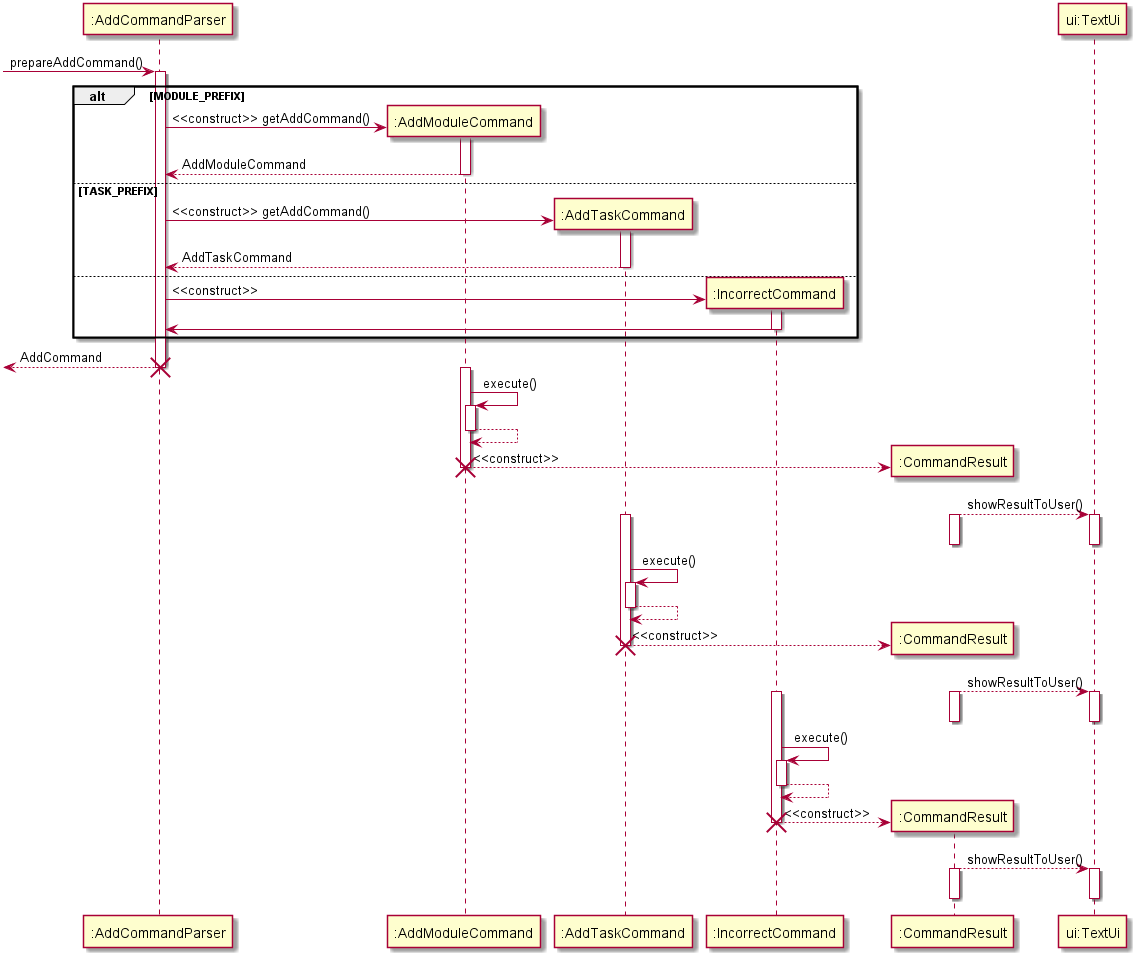
The PlantUML diagram docs/diagrams/AddCommandSequenceDiagram.png in wangqinNick/tp, before a commit. Source of this version:
```plantuml
@startuml
-> ":AddCommandParser": prepareAddCommand()
activate ":AddCommandParser"
alt MODULE_PREFIX
    create ":AddModuleCommand"
    ":AddCommandParser" -> ":AddModuleCommand": <<construct>> getAddCommand()
    activate ":AddModuleCommand"
    ":AddCommandParser" <-- ":AddModuleCommand": AddModuleCommand
    deactivate ":AddModuleCommand"
else TASK_PREFIX
    create ":AddTaskCommand"
    ":AddCommandParser" -> ":AddTaskCommand": <<construct>> getAddCommand()
    activate ":AddTaskCommand"
    ":AddCommandParser" <-- ":AddTaskCommand": AddTaskCommand
    deactivate ":AddTaskCommand"
else
    create ":IncorrectCommand"
    ":AddCommandParser" -> ":IncorrectCommand": <<construct>>
    activate ":IncorrectCommand"
    ":AddCommandParser" <- ":IncorrectCommand"
    deactivate ":IncorrectCommand"
end
<-- ":AddCommandParser": AddCommand
destroy ":AddCommandParser"

activate ":AddModuleCommand"
":AddModuleCommand" -> ":AddModuleCommand": execute()
activate ":AddModuleCommand"
":AddModuleCommand" --> ":AddModuleCommand"
deactivate ":AddModuleCommand"
create ":CommandResult"
":AddModuleCommand" --> ":CommandResult": <<construct>>
deactivate ":AddModuleCommand"
destroy ":AddModuleCommand"
":CommandResult" --> "ui:TextUi": showResultToUser()
activate "ui:TextUi"
deactivate "ui:TextUi"
activate ":CommandResult"
deactivate ":CommandResult"


activate ":AddTaskCommand"
":AddTaskCommand" -> ":AddTaskCommand": execute()
activate ":AddTaskCommand"
":AddTaskCommand" --> ":AddTaskCommand"
deactivate ":AddTaskCommand"
create ":CommandResult"
":AddTaskCommand" --> ":CommandResult": <<construct>>
deactivate ":AddTaskCommand"
destroy ":AddTaskCommand"
":CommandResult" --> "ui:TextUi": showResultToUser()
activate "ui:TextUi"
deactivate "ui:TextUi"
activate ":CommandResult"
deactivate ":CommandResult"

activate ":IncorrectCommand"
":IncorrectCommand" -> ":IncorrectCommand": execute()
activate ":IncorrectCommand"
":IncorrectCommand" --> ":IncorrectCommand"
deactivate ":IncorrectCommand"
create ":CommandResult"
":IncorrectCommand" --> ":CommandResult": <<construct>>
deactivate ":IncorrectCommand"
destroy ":IncorrectCommand"
":CommandResult" --> "ui:TextUi": showResultToUser()
activate "ui:TextUi"
deactivate "ui:TextUi"
activate ":CommandResult"
deactivate ":CommandResult"

@enduml
```
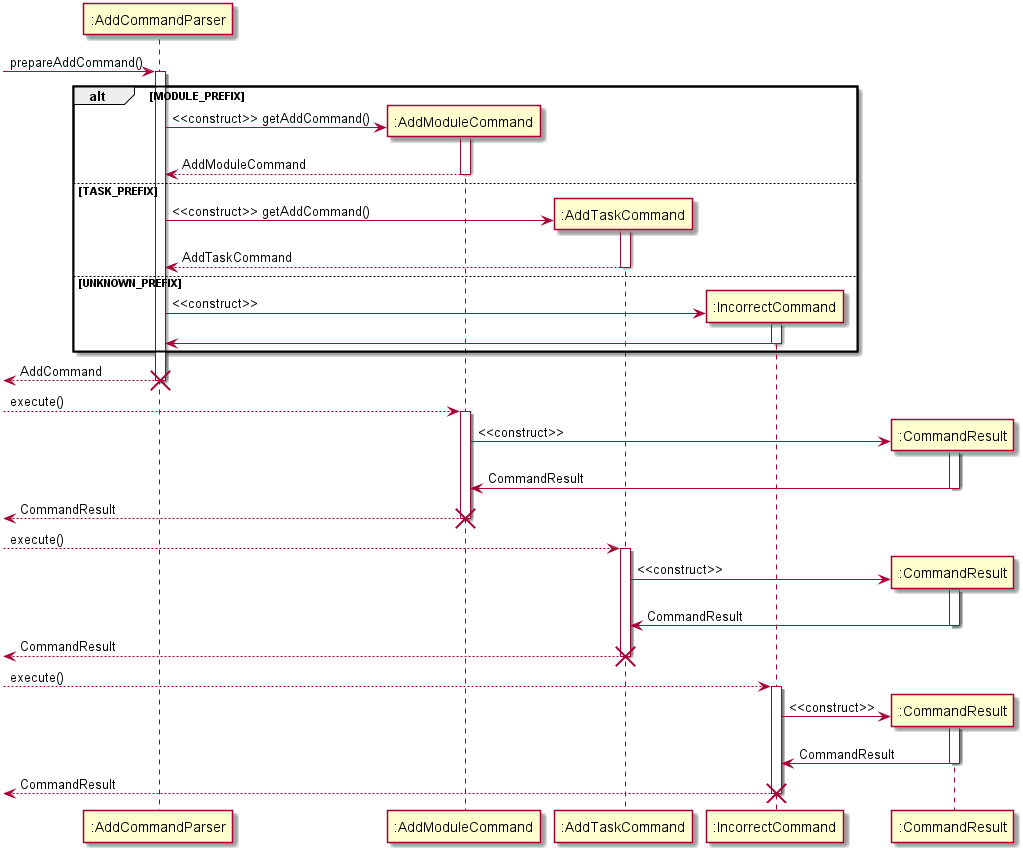
After the change.

Commit message:
Save the image for AddCommand sequence diagram

The edit, as a diff of the source:
```diff
@@ -13,7 +13,7 @@
     activate ":AddTaskCommand"
     ":AddCommandParser" <-- ":AddTaskCommand": AddTaskCommand
     deactivate ":AddTaskCommand"
-else
+else UNKNOWN_PREFIX
     create ":IncorrectCommand"
     ":AddCommandParser" -> ":IncorrectCommand": <<construct>>
     activate ":IncorrectCommand"
@@ -23,50 +23,37 @@
 <-- ":AddCommandParser": AddCommand
 destroy ":AddCommandParser"
 
+--> ":AddModuleCommand": execute()
 activate ":AddModuleCommand"
-":AddModuleCommand" -> ":AddModuleCommand": execute()
-activate ":AddModuleCommand"
-":AddModuleCommand" --> ":AddModuleCommand"
-deactivate ":AddModuleCommand"
 create ":CommandResult"
-":AddModuleCommand" --> ":CommandResult": <<construct>>
+":AddModuleCommand" -> ":CommandResult": <<construct>>
+activate ":CommandResult"
+":AddModuleCommand" <- ":CommandResult": CommandResult
+deactivate ":CommandResult"
+<-- ":AddModuleCommand": CommandResult
 deactivate ":AddModuleCommand"
 destroy ":AddModuleCommand"
-":CommandResult" --> "ui:TextUi": showResultToUser()
-activate "ui:TextUi"
-deactivate "ui:TextUi"
+
+--> ":AddTaskCommand": execute()
+activate ":AddTaskCommand"
+create ":CommandResult"
+":AddTaskCommand" -> ":CommandResult": <<construct>>
 activate ":CommandResult"
+":AddTaskCommand" <- ":CommandResult": CommandResult
 deactivate ":CommandResult"
-
-
-activate ":AddTaskCommand"
-":AddTaskCommand" -> ":AddTaskCommand": execute()
-activate ":AddTaskCommand"
-":AddTaskCommand" --> ":AddTaskCommand"
-deactivate ":AddTaskCommand"
-create ":CommandResult"
-":AddTaskCommand" --> ":CommandResult": <<construct>>
+<-- ":AddTaskCommand": CommandResult
 deactivate ":AddTaskCommand"
 destroy ":AddTaskCommand"
-":CommandResult" --> "ui:TextUi": showResultToUser()
-activate "ui:TextUi"
-deactivate "ui:TextUi"
+
+--> ":IncorrectCommand": execute()
+activate ":IncorrectCommand"
+create ":CommandResult"
+":IncorrectCommand" -> ":CommandResult": <<construct>>
 activate ":CommandResult"
+":IncorrectCommand" <- ":CommandResult": CommandResult
 deactivate ":CommandResult"
-
-activate ":IncorrectCommand"
-":IncorrectCommand" -> ":IncorrectCommand": execute()
-activate ":IncorrectCommand"
-":IncorrectCommand" --> ":IncorrectCommand"
-deactivate ":IncorrectCommand"
-create ":CommandResult"
-":IncorrectCommand" --> ":CommandResult": <<construct>>
+<-- ":IncorrectCommand": CommandResult
 deactivate ":IncorrectCommand"
 destroy ":IncorrectCommand"
-":CommandResult" --> "ui:TextUi": showResultToUser()
-activate "ui:TextUi"
-deactivate "ui:TextUi"
-activate ":CommandResult"
-deactivate ":CommandResult"
 
 @enduml
```
